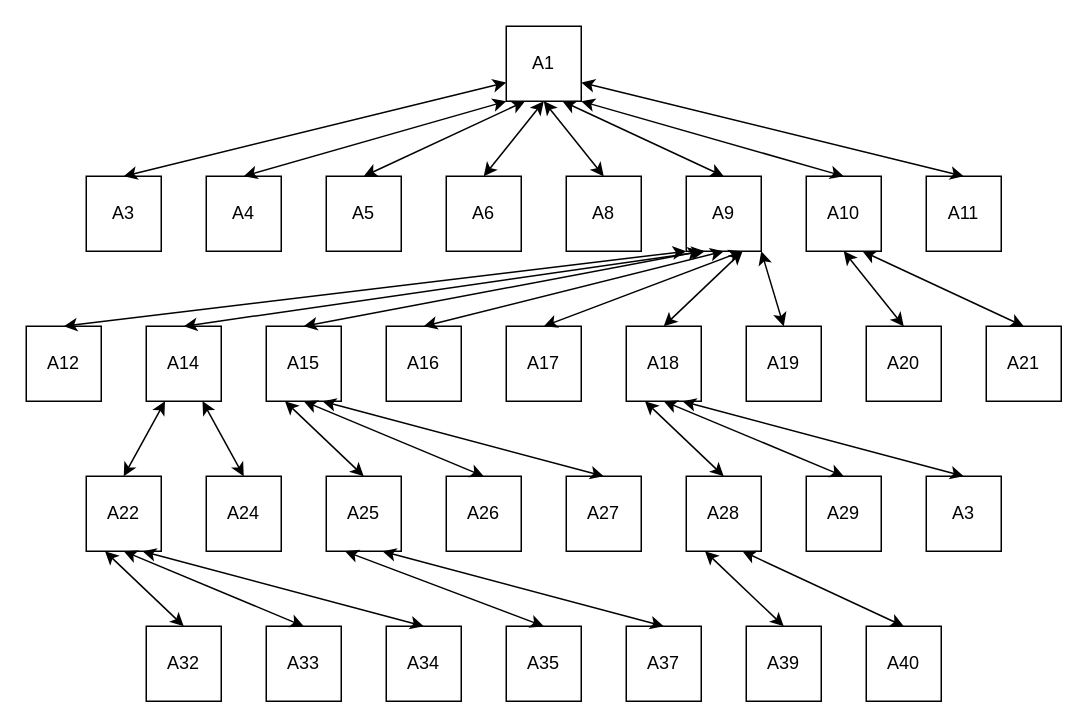
The draw.io diagram Untitled Diagram.drawio in polina-shimolina/lab1---sem2, before the edit. Source tidied: cells renumbered, new cells numbered last; positions are measured from the earlier drawing's top-left corner, leaving out a move shared by most shapes. Both pictures are drawn from the tidied source at 150%, with x=0, y=0 at pixel (26, 26).
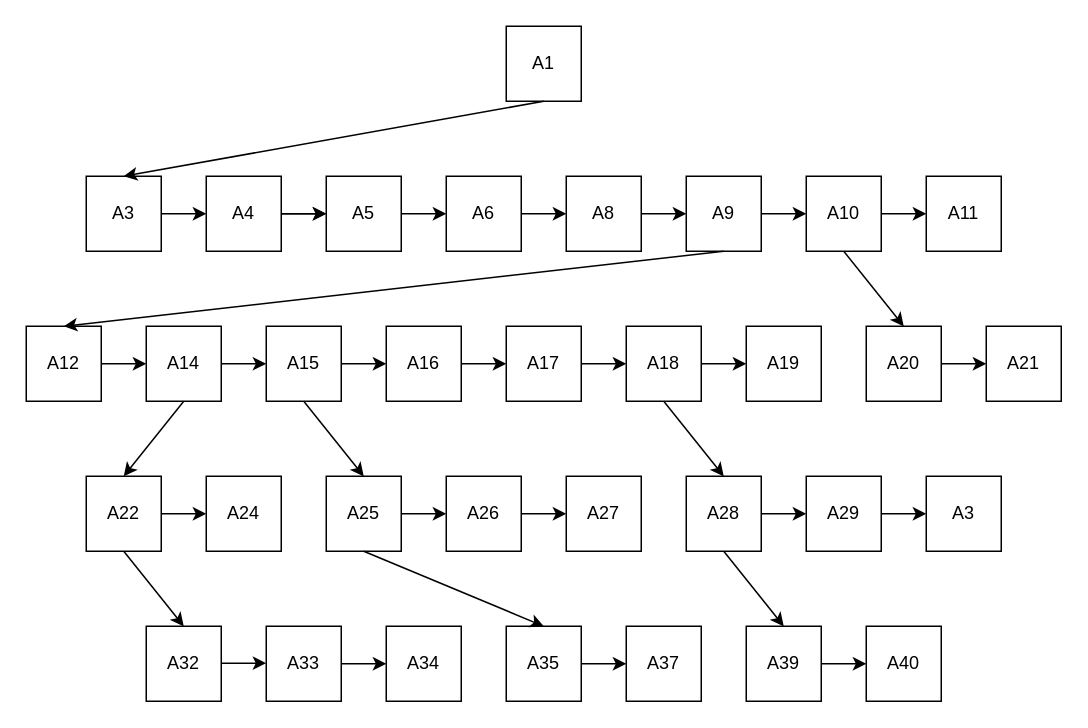
The same diagram, later.

The change refers to these unchanged cells:
```xml
<mxCell id="2" value="A1" style="whiteSpace=wrap;html=1;" parent="1" vertex="1">
<mxCell id="3" value="A3" style="whiteSpace=wrap;html=1;" parent="1" vertex="1">
<mxCell id="4" value="A9" style="whiteSpace=wrap;html=1;" parent="1" vertex="1">
<mxCell id="5" value="A10" style="whiteSpace=wrap;html=1;" parent="1" vertex="1">
<mxCell id="6" value="A11" style="whiteSpace=wrap;html=1;" parent="1" vertex="1">
<mxCell id="7" value="A8" style="whiteSpace=wrap;html=1;" parent="1" vertex="1">
<mxCell id="8" value="A6" style="whiteSpace=wrap;html=1;" parent="1" vertex="1">
<mxCell id="9" value="A5" style="whiteSpace=wrap;html=1;" parent="1" vertex="1">
<mxCell id="10" value="A4" style="whiteSpace=wrap;html=1;" parent="1" vertex="1">
<mxCell id="19" value="A21" style="whiteSpace=wrap;html=1;" parent="1" vertex="1">
<mxCell id="20" value="A12" style="whiteSpace=wrap;html=1;" parent="1" vertex="1">
<mxCell id="21" value="A14" style="whiteSpace=wrap;html=1;" parent="1" vertex="1">
<mxCell id="22" value="A15" style="whiteSpace=wrap;html=1;" parent="1" vertex="1">
<mxCell id="23" value="A20" style="whiteSpace=wrap;html=1;" parent="1" vertex="1">
<mxCell id="24" value="A19" style="whiteSpace=wrap;html=1;" parent="1" vertex="1">
<mxCell id="25" value="A18" style="whiteSpace=wrap;html=1;" parent="1" vertex="1">
<mxCell id="26" value="A17" style="whiteSpace=wrap;html=1;" parent="1" vertex="1">
<mxCell id="27" value="A16" style="whiteSpace=wrap;html=1;" parent="1" vertex="1">
<mxCell id="37" value="A22" style="whiteSpace=wrap;html=1;" parent="1" vertex="1">
<mxCell id="38" value="A24" style="whiteSpace=wrap;html=1;" parent="1" vertex="1">
<mxCell id="39" value="A25" style="whiteSpace=wrap;html=1;" parent="1" vertex="1">
<mxCell id="40" value="A26" style="whiteSpace=wrap;html=1;" parent="1" vertex="1">
<mxCell id="41" value="A27" style="whiteSpace=wrap;html=1;" parent="1" vertex="1">
<mxCell id="42" value="A28" style="whiteSpace=wrap;html=1;" parent="1" vertex="1">
<mxCell id="43" value="A29" style="whiteSpace=wrap;html=1;" parent="1" vertex="1">
<mxCell id="44" value="A3" style="whiteSpace=wrap;html=1;" parent="1" vertex="1">
<mxCell id="53" value="A35" style="whiteSpace=wrap;html=1;" parent="1" vertex="1">
<mxCell id="54" value="A32" style="whiteSpace=wrap;html=1;" parent="1" vertex="1">
<mxCell id="55" value="A33" style="whiteSpace=wrap;html=1;" parent="1" vertex="1">
<mxCell id="56" value="A34" style="whiteSpace=wrap;html=1;" parent="1" vertex="1">
<mxCell id="57" value="A40" style="whiteSpace=wrap;html=1;" parent="1" vertex="1">
<mxCell id="58" value="A39" style="whiteSpace=wrap;html=1;" parent="1" vertex="1">
<mxCell id="59" value="A37" style="whiteSpace=wrap;html=1;" parent="1" vertex="1">
```

Change to the diagram source:
```diff
@@
+    <mxCell id="67" style="edgeStyle=none;rounded=0;jettySize=auto;html=1;" parent="1" edge="1" source="10" target="9">
+      <mxGeometry relative="1" as="geometry" />
+    </mxCell>
@@
-    <mxCell id="11" style="endArrow=classic;startArrow=classic;html=1;rounded=0;exitX=0.5;exitY=0;exitDx=0;exitDy=0;entryX=0;entryY=0.75;entryDx=0;entryDy=0;" parent="1" edge="1" source="3" target="2">
-      <mxGeometry relative="1" as="geometry" />
-    </mxCell>
-    <mxCell id="12" style="endArrow=classic;startArrow=classic;html=1;rounded=0;exitX=0.5;exitY=0;exitDx=0;exitDy=0;entryX=0;entryY=1;entryDx=0;entryDy=0;" parent="1" edge="1" source="10" target="2">
-      <mxGeometry relative="1" as="geometry" />
-    </mxCell>
-    <mxCell id="13" style="endArrow=classic;startArrow=classic;html=1;rounded=0;exitX=0.5;exitY=0;exitDx=0;exitDy=0;entryX=1;entryY=1;entryDx=0;entryDy=0;" parent="1" edge="1" source="5" target="2">
-      <mxGeometry relative="1" as="geometry" />
-    </mxCell>
-    <mxCell id="14" style="endArrow=classic;startArrow=classic;html=1;rounded=0;entryX=1;entryY=0.75;entryDx=0;entryDy=0;exitX=0.5;exitY=0;exitDx=0;exitDy=0;" parent="1" edge="1" source="6" target="2">
-      <mxGeometry relative="1" as="geometry" />
-    </mxCell>
-    <mxCell id="15" style="endArrow=classic;startArrow=classic;html=1;rounded=0;exitX=0.5;exitY=0;exitDx=0;exitDy=0;entryX=0.25;entryY=1;entryDx=0;entryDy=0;" parent="1" edge="1" source="9" target="2">
-      <mxGeometry relative="1" as="geometry" />
-    </mxCell>
-    <mxCell id="16" style="endArrow=classic;startArrow=classic;html=1;rounded=0;entryX=0.75;entryY=1;entryDx=0;entryDy=0;exitX=0.5;exitY=0;exitDx=0;exitDy=0;" parent="1" edge="1" source="4" target="2">
-      <mxGeometry relative="1" as="geometry" />
-    </mxCell>
-    <mxCell id="17" style="endArrow=classic;startArrow=classic;html=1;rounded=0;exitX=0.5;exitY=0;exitDx=0;exitDy=0;entryX=0.5;entryY=1;entryDx=0;entryDy=0;" parent="1" edge="1" source="8" target="2">
-      <mxGeometry relative="1" as="geometry" />
-    </mxCell>
-    <mxCell id="18" style="endArrow=classic;startArrow=classic;html=1;rounded=0;entryX=0.5;entryY=1;entryDx=0;entryDy=0;exitX=0.5;exitY=0;exitDx=0;exitDy=0;" parent="1" edge="1" source="7" target="2">
-      <mxGeometry relative="1" as="geometry" />
-    </mxCell>
@@
-    <mxCell id="28" style="endArrow=classic;startArrow=classic;html=1;rounded=0;entryX=0.5;entryY=1;entryDx=0;entryDy=0;exitX=0.5;exitY=0;exitDx=0;exitDy=0;" parent="1" edge="1" source="23" target="5">
-      <mxGeometry relative="1" as="geometry" />
-    </mxCell>
-    <mxCell id="29" style="endArrow=classic;startArrow=classic;html=1;rounded=0;entryX=0.75;entryY=1;entryDx=0;entryDy=0;exitX=0.5;exitY=0;exitDx=0;exitDy=0;" parent="1" edge="1" source="19" target="5">
-      <mxGeometry relative="1" as="geometry" />
-    </mxCell>
-    <mxCell id="30" style="endArrow=classic;startArrow=classic;html=1;rounded=0;entryX=0.75;entryY=1;entryDx=0;entryDy=0;exitX=0.5;exitY=0;exitDx=0;exitDy=0;" parent="1" edge="1" source="25" target="4">
-      <mxGeometry relative="1" as="geometry" />
-    </mxCell>
-    <mxCell id="31" style="endArrow=classic;startArrow=classic;html=1;rounded=0;exitX=0.5;exitY=0;exitDx=0;exitDy=0;entryX=1;entryY=1;entryDx=0;entryDy=0;" parent="1" edge="1" source="24" target="4">
-      <mxGeometry relative="1" as="geometry" />
-    </mxCell>
-    <mxCell id="32" style="endArrow=classic;startArrow=classic;html=1;rounded=0;entryX=0;entryY=1;entryDx=0;entryDy=0;exitX=0.5;exitY=0;exitDx=0;exitDy=0;" parent="1" edge="1" source="20" target="4">
-      <mxGeometry relative="1" as="geometry" />
-    </mxCell>
-    <mxCell id="33" style="endArrow=classic;startArrow=classic;html=1;rounded=0;exitX=0.5;exitY=0;exitDx=0;exitDy=0;entryX=0.25;entryY=1;entryDx=0;entryDy=0;" parent="1" edge="1" source="21" target="4">
-      <mxGeometry relative="1" as="geometry" />
-    </mxCell>
-    <mxCell id="34" style="endArrow=classic;startArrow=classic;html=1;rounded=0;entryX=0.5;entryY=1;entryDx=0;entryDy=0;exitX=0.5;exitY=0;exitDx=0;exitDy=0;" parent="1" edge="1" source="27" target="4">
-      <mxGeometry relative="1" as="geometry" />
-    </mxCell>
-    <mxCell id="35" style="endArrow=classic;startArrow=classic;html=1;rounded=0;exitX=0.5;exitY=0;exitDx=0;exitDy=0;entryX=0.75;entryY=1;entryDx=0;entryDy=0;" parent="1" edge="1" source="26" target="4">
-      <mxGeometry relative="1" as="geometry" />
-    </mxCell>
-    <mxCell id="36" style="endArrow=classic;startArrow=classic;html=1;rounded=0;exitX=0.5;exitY=0;exitDx=0;exitDy=0;" parent="1" edge="1" source="22">
-      <mxGeometry relative="1" as="geometry">
-        <mxPoint x="450" y="150" as="targetPoint" />
-      </mxGeometry>
-    </mxCell>
@@
-    <mxCell id="45" style="endArrow=classic;startArrow=classic;html=1;rounded=0;exitX=0.5;exitY=0;exitDx=0;exitDy=0;entryX=0.25;entryY=1;entryDx=0;entryDy=0;" parent="1" edge="1" source="37" target="21">
-      <mxGeometry relative="1" as="geometry" />
-    </mxCell>
-    <mxCell id="46" style="endArrow=classic;startArrow=classic;html=1;rounded=0;entryX=0.75;entryY=1;entryDx=0;entryDy=0;exitX=0.5;exitY=0;exitDx=0;exitDy=0;" parent="1" edge="1" source="38" target="21">
-      <mxGeometry relative="1" as="geometry" />
-    </mxCell>
-    <mxCell id="47" style="endArrow=classic;startArrow=classic;html=1;rounded=0;entryX=0.25;entryY=1;entryDx=0;entryDy=0;exitX=0.5;exitY=0;exitDx=0;exitDy=0;" parent="1" edge="1" source="39" target="22">
-      <mxGeometry relative="1" as="geometry" />
-    </mxCell>
-    <mxCell id="48" style="endArrow=classic;startArrow=classic;html=1;rounded=0;entryX=0.5;entryY=1;entryDx=0;entryDy=0;exitX=0.5;exitY=0;exitDx=0;exitDy=0;" parent="1" edge="1" source="40" target="22">
-      <mxGeometry relative="1" as="geometry" />
-    </mxCell>
-    <mxCell id="49" style="endArrow=classic;startArrow=classic;html=1;rounded=0;entryX=0.75;entryY=1;entryDx=0;entryDy=0;exitX=0.5;exitY=0;exitDx=0;exitDy=0;" parent="1" edge="1" source="41" target="22">
-      <mxGeometry relative="1" as="geometry" />
-    </mxCell>
-    <mxCell id="50" style="endArrow=classic;startArrow=classic;html=1;rounded=0;entryX=0.25;entryY=1;entryDx=0;entryDy=0;exitX=0.5;exitY=0;exitDx=0;exitDy=0;" parent="1" edge="1" source="42" target="25">
-      <mxGeometry relative="1" as="geometry" />
-    </mxCell>
-    <mxCell id="51" style="endArrow=classic;startArrow=classic;html=1;rounded=0;entryX=0.75;entryY=1;entryDx=0;entryDy=0;exitX=0.5;exitY=0;exitDx=0;exitDy=0;" parent="1" edge="1" source="44" target="25">
-      <mxGeometry relative="1" as="geometry" />
-    </mxCell>
-    <mxCell id="52" style="endArrow=classic;startArrow=classic;html=1;rounded=0;entryX=0.5;entryY=1;entryDx=0;entryDy=0;exitX=0.5;exitY=0;exitDx=0;exitDy=0;" parent="1" edge="1" source="43" target="25">
-      <mxGeometry relative="1" as="geometry" />
-    </mxCell>
@@
-    <mxCell id="60" style="endArrow=classic;startArrow=classic;html=1;rounded=0;entryX=0.25;entryY=1;entryDx=0;entryDy=0;exitX=0.5;exitY=0;exitDx=0;exitDy=0;" parent="1" edge="1" source="54" target="37">
-      <mxGeometry relative="1" as="geometry" />
-    </mxCell>
-    <mxCell id="61" style="endArrow=classic;startArrow=classic;html=1;rounded=0;entryX=0.5;entryY=1;entryDx=0;entryDy=0;exitX=0.5;exitY=0;exitDx=0;exitDy=0;" parent="1" edge="1" source="55" target="37">
-      <mxGeometry relative="1" as="geometry" />
-    </mxCell>
-    <mxCell id="62" style="endArrow=classic;startArrow=classic;html=1;rounded=0;entryX=0.75;entryY=1;entryDx=0;entryDy=0;exitX=0.5;exitY=0;exitDx=0;exitDy=0;" parent="1" edge="1" source="56" target="37">
-      <mxGeometry relative="1" as="geometry" />
-    </mxCell>
-    <mxCell id="63" style="endArrow=classic;startArrow=classic;html=1;rounded=0;entryX=0.25;entryY=1;entryDx=0;entryDy=0;exitX=0.5;exitY=0;exitDx=0;exitDy=0;" parent="1" edge="1" source="53" target="39">
-      <mxGeometry relative="1" as="geometry" />
-    </mxCell>
-    <mxCell id="64" style="endArrow=classic;startArrow=classic;html=1;rounded=0;entryX=0.75;entryY=1;entryDx=0;entryDy=0;exitX=0.5;exitY=0;exitDx=0;exitDy=0;" parent="1" edge="1" source="59" target="39">
-      <mxGeometry relative="1" as="geometry" />
-    </mxCell>
-    <mxCell id="65" style="endArrow=classic;startArrow=classic;html=1;rounded=0;entryX=0.25;entryY=1;entryDx=0;entryDy=0;exitX=0.5;exitY=0;exitDx=0;exitDy=0;" parent="1" edge="1" source="58" target="42">
-      <mxGeometry relative="1" as="geometry" />
-    </mxCell>
-    <mxCell id="66" style="endArrow=classic;startArrow=classic;html=1;rounded=0;entryX=0.75;entryY=1;entryDx=0;entryDy=0;exitX=0.5;exitY=0;exitDx=0;exitDy=0;" parent="1" edge="1" source="57" target="42">
-      <mxGeometry relative="1" as="geometry" />
-    </mxCell>
+    <mxCell id="68" style="endArrow=classic;html=1;rounded=0;exitX=0.5;exitY=1;exitDx=0;exitDy=0;entryX=0.5;entryY=0;entryDx=0;entryDy=0;" parent="1" edge="1" source="2" target="3">
+      <mxGeometry relative="1" as="geometry" />
+    </mxCell>
+    <mxCell id="69" style="endArrow=classic;html=1;rounded=0;exitX=1;exitY=0.5;exitDx=0;exitDy=0;entryX=0;entryY=0.5;entryDx=0;entryDy=0;" parent="1" edge="1" source="3" target="10">
+      <mxGeometry relative="1" as="geometry" />
+    </mxCell>
+    <mxCell id="70" style="endArrow=classic;html=1;rounded=0;exitX=1;exitY=0.5;exitDx=0;exitDy=0;entryX=0;entryY=0.5;entryDx=0;entryDy=0;" parent="1" edge="1" source="10" target="9">
+      <mxGeometry relative="1" as="geometry" />
+    </mxCell>
+    <mxCell id="71" style="endArrow=classic;html=1;rounded=0;exitX=0.5;exitY=1;exitDx=0;exitDy=0;entryX=0.5;entryY=0;entryDx=0;entryDy=0;" parent="1" edge="1" source="4" target="20">
+      <mxGeometry relative="1" as="geometry" />
+    </mxCell>
+    <mxCell id="72" style="endArrow=classic;html=1;rounded=0;exitX=0.5;exitY=1;exitDx=0;exitDy=0;entryX=0.5;entryY=0;entryDx=0;entryDy=0;" parent="1" edge="1" source="5" target="23">
+      <mxGeometry relative="1" as="geometry" />
+    </mxCell>
+    <mxCell id="73" style="endArrow=classic;html=1;rounded=0;exitX=0.5;exitY=1;exitDx=0;exitDy=0;entryX=0.5;entryY=0;entryDx=0;entryDy=0;" parent="1" edge="1" source="21" target="37">
+      <mxGeometry relative="1" as="geometry" />
+    </mxCell>
+    <mxCell id="74" style="endArrow=classic;html=1;rounded=0;exitX=0.5;exitY=1;exitDx=0;exitDy=0;entryX=0.5;entryY=0;entryDx=0;entryDy=0;" parent="1" edge="1" source="22" target="39">
+      <mxGeometry relative="1" as="geometry" />
+    </mxCell>
+    <mxCell id="75" style="endArrow=classic;html=1;rounded=0;exitX=0.5;exitY=1;exitDx=0;exitDy=0;entryX=0.5;entryY=0;entryDx=0;entryDy=0;" parent="1" edge="1" source="25" target="42">
+      <mxGeometry relative="1" as="geometry" />
+    </mxCell>
+    <mxCell id="76" style="endArrow=classic;html=1;rounded=0;exitX=0.5;exitY=1;exitDx=0;exitDy=0;entryX=0.5;entryY=0;entryDx=0;entryDy=0;" parent="1" edge="1" source="37" target="54">
+      <mxGeometry relative="1" as="geometry" />
+    </mxCell>
+    <mxCell id="77" style="endArrow=classic;html=1;rounded=0;exitX=0.5;exitY=1;exitDx=0;exitDy=0;entryX=0.5;entryY=0;entryDx=0;entryDy=0;" parent="1" edge="1" source="39" target="53">
+      <mxGeometry relative="1" as="geometry" />
+    </mxCell>
+    <mxCell id="78" style="endArrow=classic;html=1;rounded=0;exitX=0.5;exitY=1;exitDx=0;exitDy=0;entryX=0.5;entryY=0;entryDx=0;entryDy=0;" parent="1" edge="1" source="42" target="58">
+      <mxGeometry relative="1" as="geometry" />
+    </mxCell>
+    <mxCell id="79" style="endArrow=classic;html=1;rounded=0;exitX=1;exitY=0.5;exitDx=0;exitDy=0;entryX=0;entryY=0.5;entryDx=0;entryDy=0;" parent="1" edge="1" source="9" target="8">
+      <mxGeometry relative="1" as="geometry" />
+    </mxCell>
+    <mxCell id="80" style="endArrow=classic;html=1;rounded=0;exitX=1;exitY=0.5;exitDx=0;exitDy=0;entryX=0;entryY=0.5;entryDx=0;entryDy=0;" parent="1" edge="1" source="8" target="7">
+      <mxGeometry relative="1" as="geometry" />
+    </mxCell>
+    <mxCell id="81" style="endArrow=classic;html=1;rounded=0;exitX=1;exitY=0.5;exitDx=0;exitDy=0;entryX=0;entryY=0.5;entryDx=0;entryDy=0;" parent="1" edge="1" source="7" target="4">
+      <mxGeometry relative="1" as="geometry" />
+    </mxCell>
+    <mxCell id="82" style="endArrow=classic;html=1;rounded=0;exitX=1;exitY=0.5;exitDx=0;exitDy=0;entryX=0;entryY=0.5;entryDx=0;entryDy=0;" parent="1" edge="1" source="4" target="5">
+      <mxGeometry relative="1" as="geometry" />
+    </mxCell>
+    <mxCell id="83" style="endArrow=classic;html=1;rounded=0;exitX=1;exitY=0.5;exitDx=0;exitDy=0;entryX=0;entryY=0.5;entryDx=0;entryDy=0;" parent="1" edge="1" source="5" target="6">
+      <mxGeometry relative="1" as="geometry" />
+    </mxCell>
+    <mxCell id="84" style="endArrow=classic;html=1;rounded=0;exitX=1;exitY=0.5;exitDx=0;exitDy=0;entryX=0;entryY=0.5;entryDx=0;entryDy=0;" parent="1" edge="1" source="23" target="19">
+      <mxGeometry relative="1" as="geometry" />
+    </mxCell>
+    <mxCell id="85" style="endArrow=classic;html=1;rounded=0;exitX=1;exitY=0.5;exitDx=0;exitDy=0;" parent="1" edge="1" source="20">
+      <mxGeometry relative="1" as="geometry">
+        <mxPoint x="80" y="225" as="targetPoint" />
+      </mxGeometry>
+    </mxCell>
+    <mxCell id="86" style="endArrow=classic;html=1;rounded=0;exitX=1;exitY=0.5;exitDx=0;exitDy=0;" parent="1" edge="1" source="21" target="22">
+      <mxGeometry relative="1" as="geometry" />
+    </mxCell>
+    <mxCell id="87" style="endArrow=classic;html=1;rounded=0;exitX=1;exitY=0.5;exitDx=0;exitDy=0;" parent="1" edge="1" source="22">
+      <mxGeometry relative="1" as="geometry">
+        <mxPoint x="240" y="225" as="targetPoint" />
+      </mxGeometry>
+    </mxCell>
+    <mxCell id="88" style="endArrow=classic;html=1;rounded=0;exitX=1;exitY=0.5;exitDx=0;exitDy=0;" parent="1" edge="1" source="27">
+      <mxGeometry relative="1" as="geometry">
+        <mxPoint x="320" y="225" as="targetPoint" />
+      </mxGeometry>
+    </mxCell>
+    <mxCell id="89" style="endArrow=classic;html=1;rounded=0;exitX=1;exitY=0.5;exitDx=0;exitDy=0;" parent="1" edge="1" source="26" target="25">
+      <mxGeometry relative="1" as="geometry" />
+    </mxCell>
+    <mxCell id="90" style="endArrow=classic;html=1;rounded=0;exitX=1;exitY=0.5;exitDx=0;exitDy=0;entryX=0;entryY=0.5;entryDx=0;entryDy=0;" parent="1" edge="1" source="25" target="24">
+      <mxGeometry relative="1" as="geometry" />
+    </mxCell>
+    <mxCell id="91" style="endArrow=classic;html=1;rounded=0;exitX=1;exitY=0.5;exitDx=0;exitDy=0;" parent="1" edge="1" source="37">
+      <mxGeometry relative="1" as="geometry">
+        <mxPoint x="120" y="325" as="targetPoint" />
+      </mxGeometry>
+    </mxCell>
+    <mxCell id="92" style="endArrow=classic;html=1;rounded=0;exitX=1;exitY=0.5;exitDx=0;exitDy=0;" parent="1" edge="1" source="39">
+      <mxGeometry relative="1" as="geometry">
+        <mxPoint x="280" y="325" as="targetPoint" />
+      </mxGeometry>
+    </mxCell>
+    <mxCell id="93" style="endArrow=classic;html=1;rounded=0;exitX=1;exitY=0.5;exitDx=0;exitDy=0;" parent="1" edge="1" source="40">
+      <mxGeometry relative="1" as="geometry">
+        <mxPoint x="360" y="325" as="targetPoint" />
+      </mxGeometry>
+    </mxCell>
+    <mxCell id="94" style="endArrow=classic;html=1;rounded=0;exitX=1;exitY=0.5;exitDx=0;exitDy=0;entryX=0;entryY=0.5;entryDx=0;entryDy=0;" parent="1" edge="1" source="42" target="43">
+      <mxGeometry relative="1" as="geometry" />
+    </mxCell>
+    <mxCell id="95" style="endArrow=classic;html=1;rounded=0;exitX=1;exitY=0.5;exitDx=0;exitDy=0;" parent="1" edge="1" source="43">
+      <mxGeometry relative="1" as="geometry">
+        <mxPoint x="600" y="325" as="targetPoint" />
+      </mxGeometry>
+    </mxCell>
+    <mxCell id="96" style="endArrow=classic;html=1;rounded=0;exitX=1;exitY=0.5;exitDx=0;exitDy=0;" parent="1" edge="1">
+      <mxGeometry relative="1" as="geometry">
+        <mxPoint x="130" y="424.6" as="sourcePoint" />
+        <mxPoint x="160" y="424.6" as="targetPoint" />
+        <Array as="points">
+          <mxPoint x="150" y="424.6" />
+        </Array>
+      </mxGeometry>
+    </mxCell>
+    <mxCell id="97" style="endArrow=classic;html=1;rounded=0;exitX=1;exitY=0.5;exitDx=0;exitDy=0;entryX=0;entryY=0.5;entryDx=0;entryDy=0;" parent="1" edge="1" source="55" target="56">
+      <mxGeometry relative="1" as="geometry" />
+    </mxCell>
+    <mxCell id="98" style="endArrow=classic;html=1;rounded=0;exitX=1;exitY=0.5;exitDx=0;exitDy=0;entryX=0;entryY=0.5;entryDx=0;entryDy=0;" parent="1" edge="1" source="53" target="59">
+      <mxGeometry relative="1" as="geometry" />
+    </mxCell>
+    <mxCell id="99" style="endArrow=classic;html=1;rounded=0;exitX=1;exitY=0.5;exitDx=0;exitDy=0;entryX=0;entryY=0.5;entryDx=0;entryDy=0;" parent="1" edge="1" source="58" target="57">
+      <mxGeometry relative="1" as="geometry" />
+    </mxCell>
```
